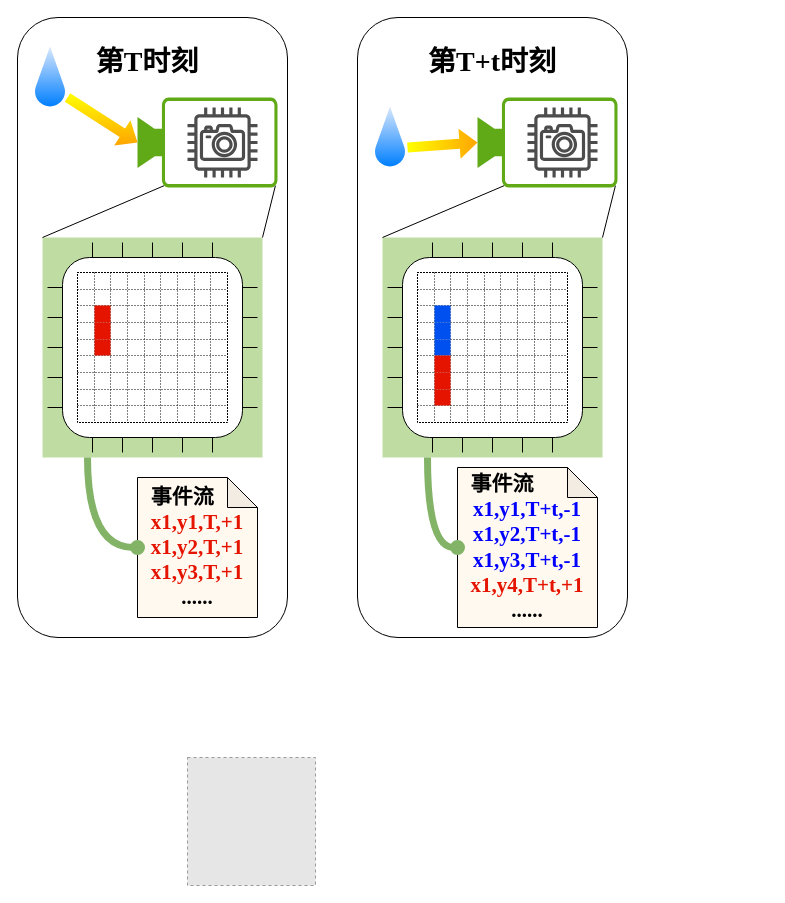
Above: Untitled Diagram.drawio in sunshangquan/yolov4-pytorch (draw.io), before the change. Source tidied: cells renumbered, new cells numbered last; positions are measured from the earlier drawing's top-left corner, leaving out a move shared by most shapes. Both pictures are drawn from the tidied source at 100%, with x=0, y=0 at pixel (17, 17). Pictures stored in the file or linked from it are replaced by grey dashed boxes.
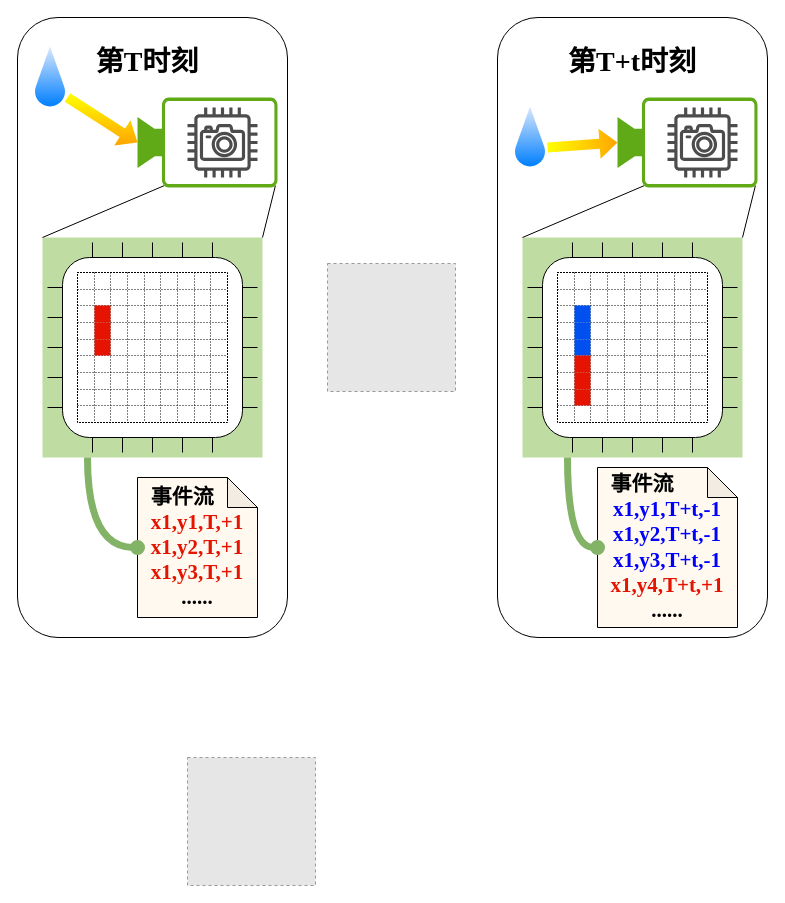
The same page after the edit.

Diff of the diagram source:
```diff
@@
     <mxCell id="117" style="rounded=1;whiteSpace=wrap;html=1;fontFamily=Times New Roman;fontStyle=1;fontSize=21;" parent="1" vertex="1">
-      <mxGeometry x="340" width="270" height="620" as="geometry" />
+      <mxGeometry x="480" width="270" height="620" as="geometry" />
     </mxCell>
     <mxCell id="118" style="whiteSpace=wrap;html=1;strokeColor=none;fillColor=#60a917;opacity=40;fontColor=#ffffff;fontFamily=Times New Roman;fontStyle=1;fontSize=21;" parent="1" vertex="1">
-      <mxGeometry x="365" y="220" width="220" height="220" as="geometry" />
+      <mxGeometry x="505" y="220" width="220" height="220" as="geometry" />
     </mxCell>
     <mxCell id="119" style="points=[[0,0.5,0],[0.19,0.02,0],[0.59,0,0],[0.985,0.02,0],[1,0.5,0],[0.985,0.98,0],[0.59,1,0],[0.19,0.98,0]];verticalLabelPosition=bottom;sketch=0;html=1;verticalAlign=top;align=center;shape=mxgraph.cisco19.camera;fillColor=#60a917;strokeColor=#2D7600;fontColor=#ffffff;fontFamily=Times New Roman;fontStyle=1;fontSize=21;" parent="1" vertex="1">
-      <mxGeometry x="460" y="80" width="140" height="90" as="geometry" />
+      <mxGeometry x="600" y="80" width="140" height="90" as="geometry" />
     </mxCell>
     <mxCell id="120" style="sketch=0;dashed=0;verticalLabelPosition=bottom;verticalAlign=top;align=center;html=1;fontSize=21;fontStyle=1;shape=mxgraph.aws4.camera;fillColor=#000000;strokeColor=#000000;fontColor=#ffffff;opacity=70;fontFamily=Times New Roman;" parent="1" vertex="1">
-      <mxGeometry x="510" y="90" width="70" height="70" as="geometry" />
+      <mxGeometry x="650" y="90" width="70" height="70" as="geometry" />
     </mxCell>
     <mxCell id="121" style="group;fontFamily=Times New Roman;fontStyle=1;fontSize=21;" parent="1" vertex="1">
-      <mxGeometry x="370" y="225" width="210" height="210" as="geometry" />
+      <mxGeometry x="510" y="225" width="210" height="210" as="geometry" />
     </mxCell>
@@
     <mxCell id="224" style="endArrow=block;html=1;rounded=0;entryX=0;entryY=0.5;entryDx=0;entryDy=0;entryPerimeter=0;strokeColor=none;strokeWidth=0;fillColor=#FFFF00;gradientColor=#ffa500;shape=flexArrow;gradientDirection=east;fontFamily=Times New Roman;fontStyle=1;fontSize=21;" parent="1" edge="1" target="119">
       <mxGeometry relative="1" as="geometry">
-        <mxPoint x="390" y="130" as="sourcePoint" />
+        <mxPoint x="530" y="130" as="sourcePoint" />
       </mxGeometry>
     </mxCell>
@@
     <mxCell id="227" style="verticalLabelPosition=bottom;verticalAlign=top;html=1;shape=mxgraph.basic.drop;fillColor=#dae8fc;strokeColor=none;gradientColor=#007FFF;fontFamily=Times New Roman;fontStyle=1;fontSize=21;" parent="1" vertex="1">
-      <mxGeometry x="357.5" y="89" width="30" height="60" as="geometry" />
+      <mxGeometry x="497.5" y="89" width="30" height="60" as="geometry" />
     </mxCell>
     <mxCell id="228" value="&lt;font style=&quot;font-size: 28px;&quot;&gt;第T+t时刻&lt;/font&gt;" style="text;html=1;strokeColor=none;fillColor=none;align=center;verticalAlign=middle;whiteSpace=wrap;rounded=0;fontSize=28;fontFamily=Times New Roman;fontStyle=1;" parent="1" vertex="1">
-      <mxGeometry x="400" y="29" width="150" height="30" as="geometry" />
+      <mxGeometry x="540" y="29" width="150" height="30" as="geometry" />
     </mxCell>
     <mxCell id="229" value="&lt;div style=&quot;text-align: left; font-size: 21px;&quot;&gt;&lt;span style=&quot;background-color: initial; font-size: 21px;&quot;&gt;事件流&lt;/span&gt;&lt;/div&gt;&lt;font color=&quot;#0000ff&quot; style=&quot;font-size: 21px;&quot;&gt;&lt;span style=&quot;font-size: 21px; background-color: initial;&quot;&gt;x1,y1,T+t,-1&lt;/span&gt;&lt;br style=&quot;font-size: 21px;&quot;&gt;&lt;span style=&quot;font-size: 21px; background-color: initial;&quot;&gt;x1,y2,T+t,-1&lt;/span&gt;&lt;br style=&quot;font-size: 21px;&quot;&gt;&lt;span style=&quot;font-size: 21px; background-color: initial;&quot;&gt;x1,y3,T+t,-1&lt;/span&gt;&lt;br style=&quot;font-size: 21px;&quot;&gt;&lt;/font&gt;&lt;span style=&quot;font-size: 21px; background-color: initial;&quot;&gt;&lt;font color=&quot;#e51400&quot; style=&quot;font-size: 21px;&quot;&gt;x1,y4,T+t,+1&lt;br style=&quot;font-size: 21px;&quot;&gt;&lt;/font&gt;......&lt;br style=&quot;font-size: 21px;&quot;&gt;&lt;/span&gt;" style="shape=note;whiteSpace=wrap;html=1;backgroundOutline=1;darkOpacity=0.05;align=center;fontStyle=1;fillColor=#FFF9F0;fontFamily=Times New Roman;fontSize=21;" parent="1" vertex="1">
-      <mxGeometry x="440" y="450" width="140" height="160" as="geometry" />
+      <mxGeometry x="580" y="450" width="140" height="160" as="geometry" />
     </mxCell>
     <mxCell id="230" style="edgeStyle=orthogonalEdgeStyle;endArrow=oval;html=1;curved=1;rounded=0;endSize=8;startSize=8;entryX=0;entryY=0.5;entryDx=0;entryDy=0;entryPerimeter=0;strokeWidth=7;fillColor=#d5e8d4;strokeColor=#82b366;gradientColor=#97d077;endFill=1;fontFamily=Times New Roman;fontStyle=1;fontSize=21;" parent="1" edge="1" target="229">
       <mxGeometry relative="1" as="geometry">
-        <mxPoint x="410" y="440" as="sourcePoint" />
+        <mxPoint x="550" y="440" as="sourcePoint" />
         <Array as="points">
-          <mxPoint x="410" y="530" />
+          <mxPoint x="550" y="530" />
         </Array>
       </mxGeometry>
     </mxCell>
+    <mxCell id="231" style="fillColor=#E6E6E6;strokeColor=#999999;dashed=1;html=1;verticalAlign=top;verticalLabelPosition=bottom;labelBackgroundColor=#ffffff;" parent="1" vertex="1">
+      <mxGeometry x="310" y="246" width="128" height="128" as="geometry" />
+    </mxCell>
```
